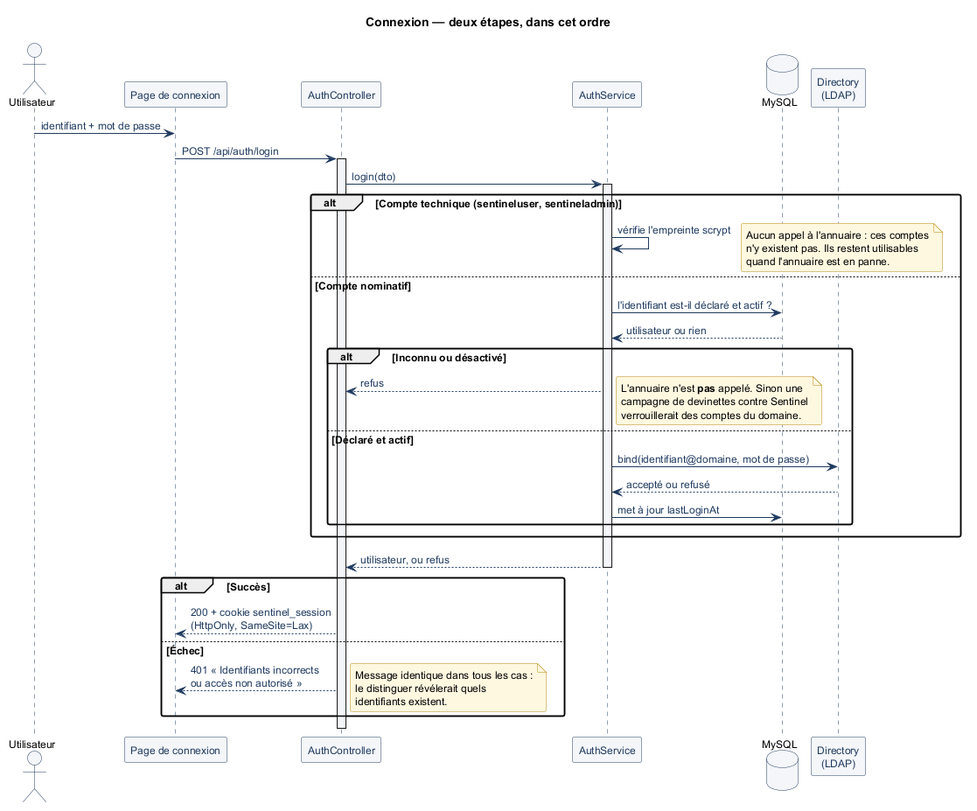
This is diagrammes/08-sequence-authentification.png from Djoumessi-Aurel/sentinel, a PlantUML export, as it was before one commit. The source it was exported from:
```plantuml
@startuml 08-sequence-authentification
!include _commun.puml

title Connexion — deux étapes, dans cet ordre

actor Utilisateur as u
participant "Page de connexion" as page
participant "AuthController" as ctrl
participant "AuthService" as service
database "MySQL" as db
participant "Directory\n(LDAP)" as ad

u -> page : identifiant + mot de passe
page -> ctrl : POST /api/auth/login
activate ctrl
ctrl -> service : login(dto)
activate service

alt Compte technique (sentineluser, sentineladmin)
  service -> service : vérifie l'empreinte scrypt
  note right
    Aucun appel à l'annuaire : ces comptes
    n'y existent pas. Ils restent utilisables
    quand l'annuaire est en panne.
  end note
else Compte nominatif
  service -> db : l'identifiant est-il déclaré et actif ?
  db --> service : utilisateur ou rien

  alt Inconnu ou désactivé
    service --> ctrl : refus
    note right
      L'annuaire n'est **pas** appelé. Sinon une
      campagne de devinettes contre Sentinel
      verrouillerait des comptes du domaine.
    end note
  else Déclaré et actif
    service -> ad : bind(identifiant@domaine, mot de passe)
    ad --> service : accepté ou refusé
    service -> db : met à jour lastLoginAt
  end
end

service --> ctrl : utilisateur, ou refus
deactivate service

alt Succès
  ctrl --> page : 200 + cookie sentinel_session\n(HttpOnly, SameSite=Lax)
else Échec
  ctrl --> page : 401 « Identifiants incorrects\nou accès non autorisé »
  note right
    Message identique dans tous les cas :
    le distinguer révélerait quels
    identifiants existent.
  end note
end
deactivate ctrl

@enduml
```
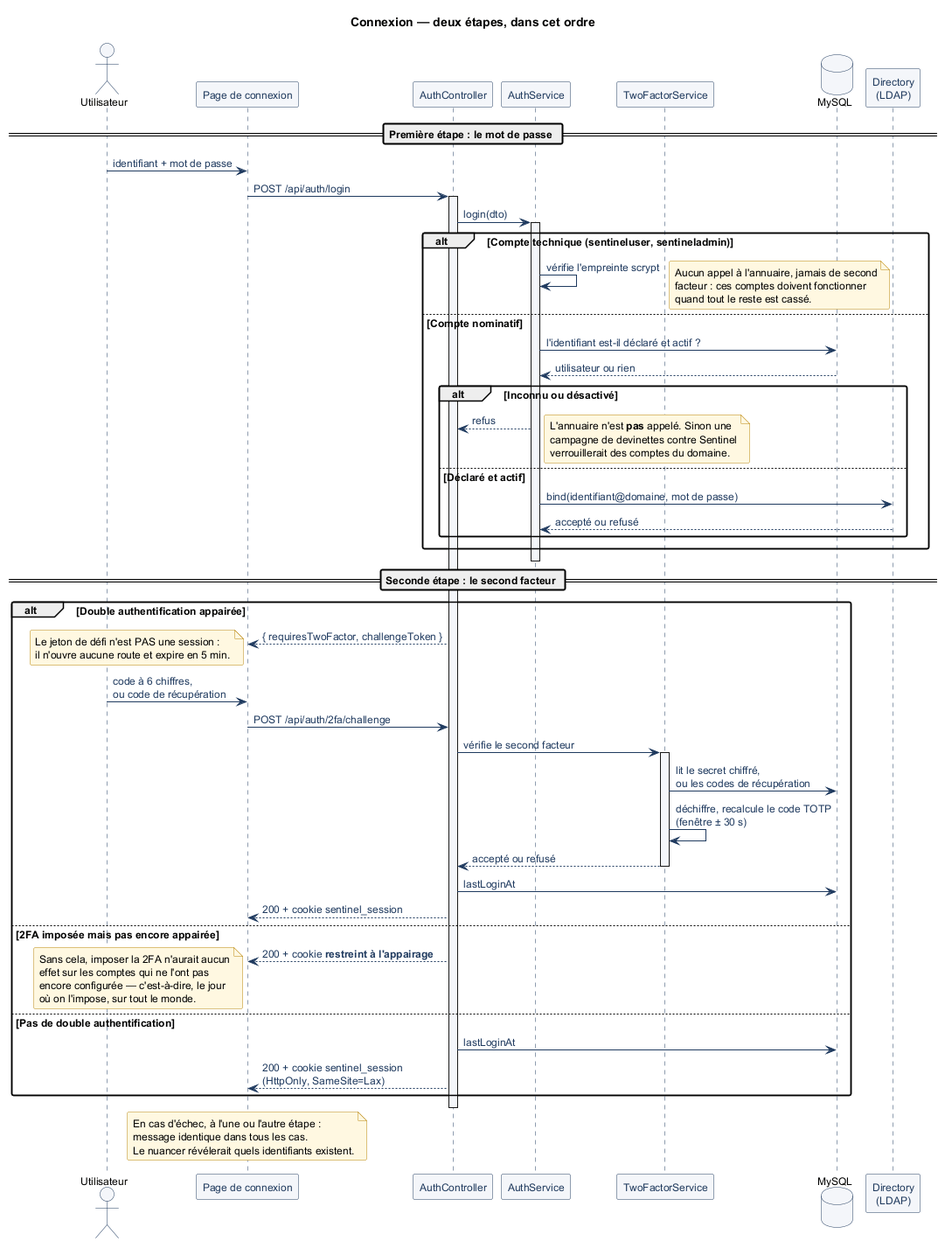
After the change.

Diff of the diagram source:
```diff
@@ -7,8 +7,11 @@
 participant "Page de connexion" as page
 participant "AuthController" as ctrl
 participant "AuthService" as service
+participant "TwoFactorService" as tfa
 database "MySQL" as db
 participant "Directory\n(LDAP)" as ad
+
+== Première étape : le mot de passe ==
 
 u -> page : identifiant + mot de passe
 page -> ctrl : POST /api/auth/login
@@ -19,9 +22,9 @@
 alt Compte technique (sentineluser, sentineladmin)
   service -> service : vérifie l'empreinte scrypt
   note right
-    Aucun appel à l'annuaire : ces comptes
-    n'y existent pas. Ils restent utilisables
-    quand l'annuaire est en panne.
+    Aucun appel à l'annuaire, jamais de second
+    facteur : ces comptes doivent fonctionner
+    quand tout le reste est cassé.
   end note
 else Compte nominatif
   service -> db : l'identifiant est-il déclaré et actif ?
@@ -37,23 +40,49 @@
   else Déclaré et actif
     service -> ad : bind(identifiant@domaine, mot de passe)
     ad --> service : accepté ou refusé
-    service -> db : met à jour lastLoginAt
   end
 end
-
-service --> ctrl : utilisateur, ou refus
 deactivate service
 
-alt Succès
+== Seconde étape : le second facteur ==
+
+alt Double authentification appairée
+  ctrl --> page : { requiresTwoFactor, challengeToken }
+  note left
+    Le jeton de défi n'est PAS une session :
+    il n'ouvre aucune route et expire en 5 min.
+  end note
+
+  u -> page : code à 6 chiffres,\nou code de récupération
+  page -> ctrl : POST /api/auth/2fa/challenge
+  ctrl -> tfa : vérifie le second facteur
+  activate tfa
+  tfa -> db : lit le secret chiffré,\nou les codes de récupération
+  tfa -> tfa : déchiffre, recalcule le code TOTP\n(fenêtre ± 30 s)
+  tfa --> ctrl : accepté ou refusé
+  deactivate tfa
+  ctrl -> db : lastLoginAt
+  ctrl --> page : 200 + cookie sentinel_session
+
+else 2FA imposée mais pas encore appairée
+  ctrl --> page : 200 + cookie **restreint à l'appairage**
+  note left
+    Sans cela, imposer la 2FA n'aurait aucun
+    effet sur les comptes qui ne l'ont pas
+    encore configurée — c'est-à-dire, le jour
+    où on l'impose, sur tout le monde.
+  end note
+
+else Pas de double authentification
+  ctrl -> db : lastLoginAt
   ctrl --> page : 200 + cookie sentinel_session\n(HttpOnly, SameSite=Lax)
-else Échec
-  ctrl --> page : 401 « Identifiants incorrects\nou accès non autorisé »
-  note right
-    Message identique dans tous les cas :
-    le distinguer révélerait quels
-    identifiants existent.
-  end note
 end
 deactivate ctrl
 
+note over page
+  En cas d'échec, à l'une ou l'autre étape :
+  message identique dans tous les cas.
+  Le nuancer révélerait quels identifiants existent.
+end note
+
 @enduml
```
